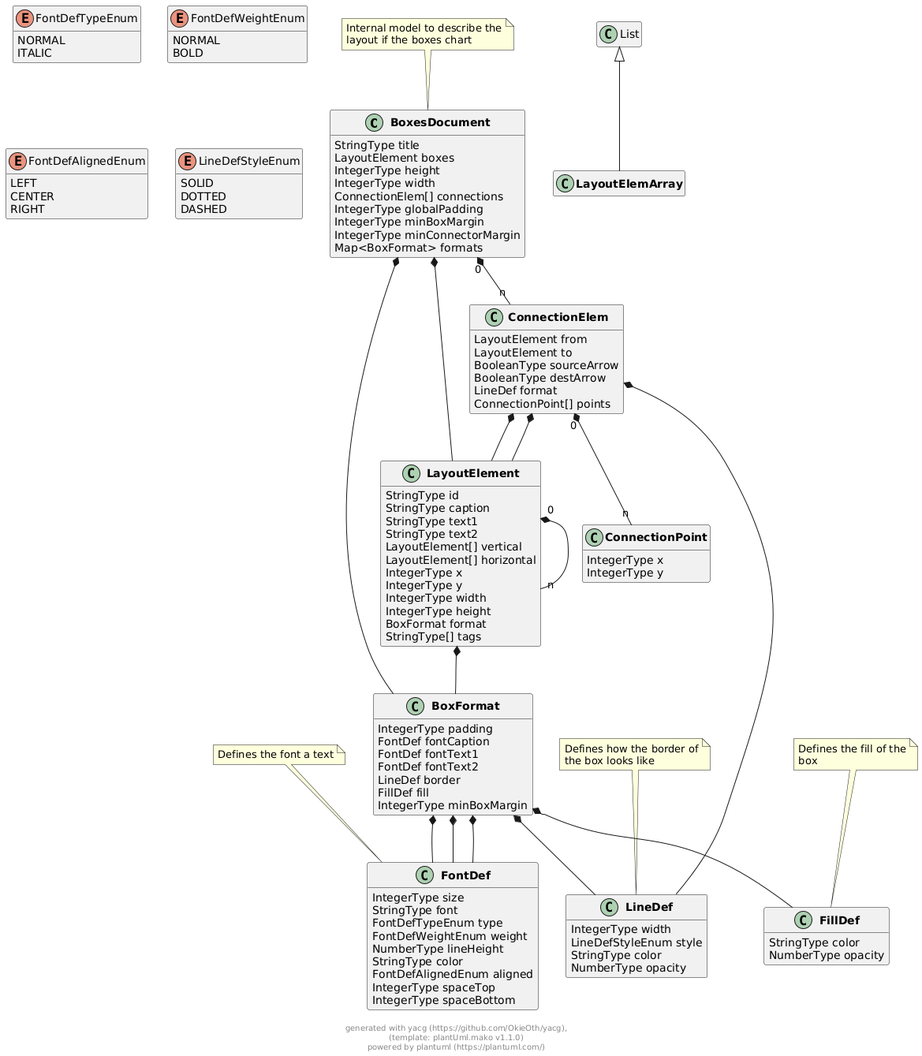
Before: docs/models/png/boxes_document.png, a diagram exported from PlantUML (OkieOth/draw.chart.things).
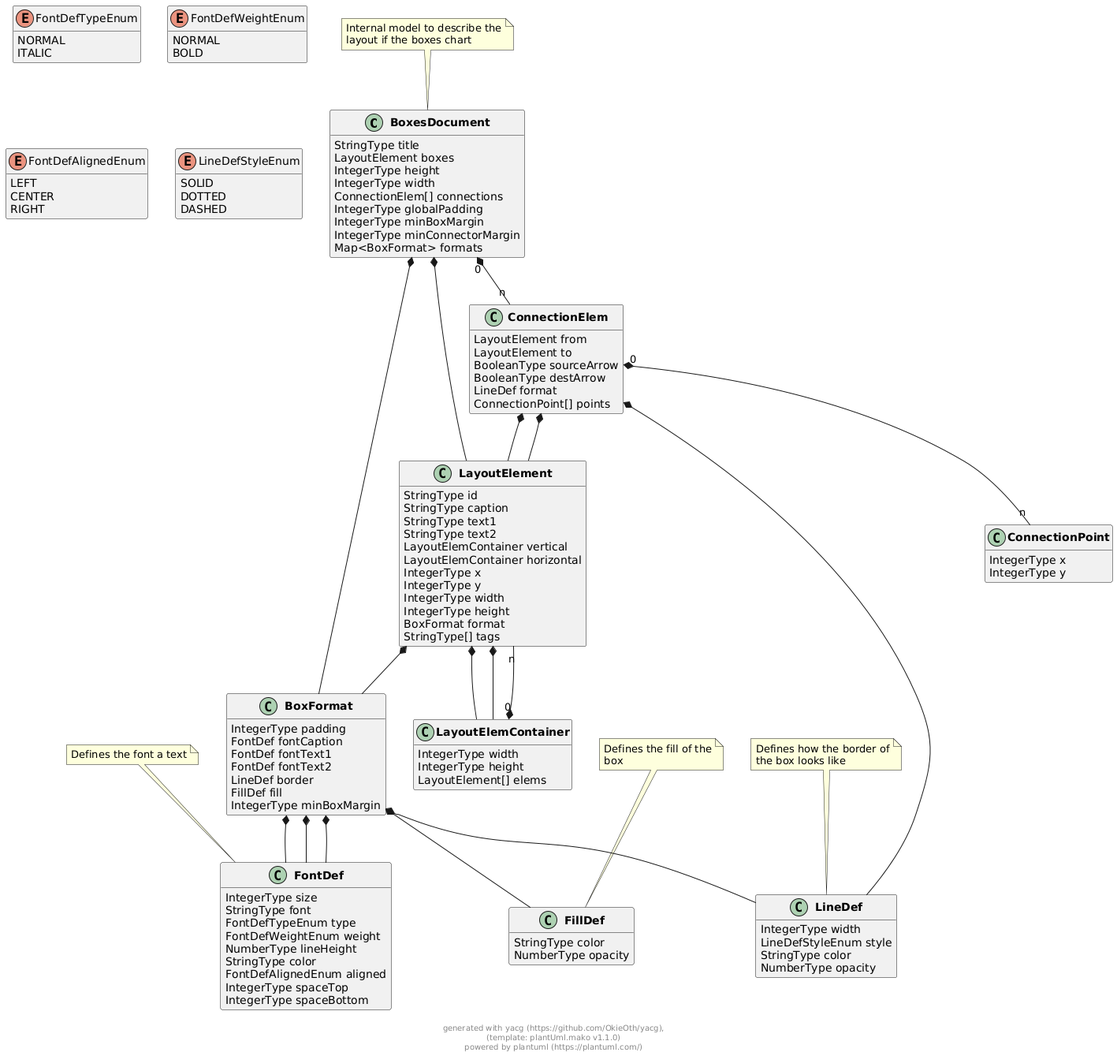
Later version of the same file.

Commit message:
add width and height to vertical and horizontal

Diff of the diagram source:
```diff
@@ -23,8 +23,8 @@
         StringType caption
         StringType text1
         StringType text2
-        LayoutElement[] vertical
-        LayoutElement[] horizontal
+        LayoutElemContainer vertical
+        LayoutElemContainer horizontal
         IntegerType x
         IntegerType y
         IntegerType width
@@ -59,8 +59,13 @@
 
 
 
-class "**LayoutElemArray**" as LayoutElemArray extends List {
+class "**LayoutElemContainer**" as LayoutElemContainer {
+        IntegerType width
+        IntegerType height
+        LayoutElement[] elems
 }
+
+
 
 class "**ConnectionPoint**" as ConnectionPoint {
         IntegerType x
@@ -143,8 +148,9 @@
 
 
 
-LayoutElement "0" *-- "n" LayoutElement
+LayoutElement  *--  LayoutElemContainer
 
+LayoutElement  *--  LayoutElemContainer
 
 
 
@@ -181,6 +187,10 @@
 
 
 
+LayoutElemContainer "0" *-- "n" LayoutElement
+
+
+
 
 
 
```
